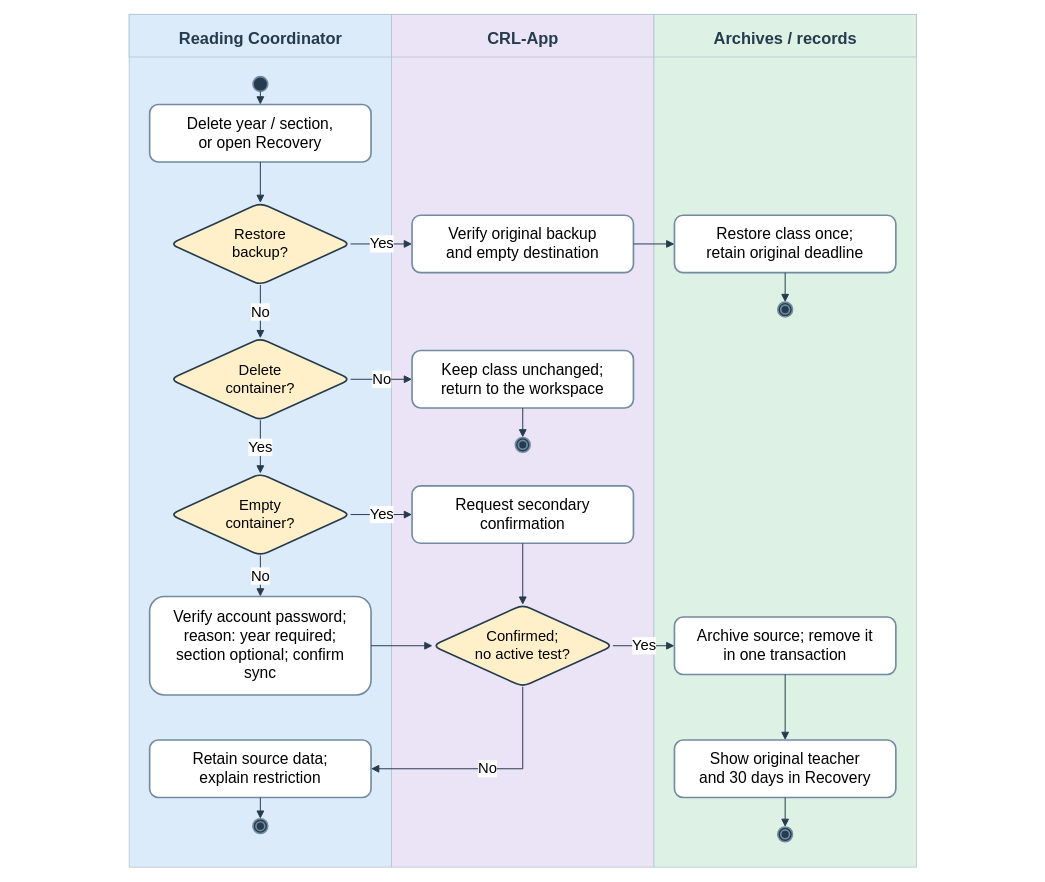
Earlier version of the draw.io diagram docs/diagrams/class-workspaces/figure-23-section-archive.drawio (AkuSayangKamuJudaSayang/crl-app). Source tidied: cells renumbered, new cells numbered last; positions are measured from the earlier drawing's top-left corner, leaving out a move shared by most shapes. Both pictures are drawn from the tidied source at 82%, with x=0, y=0 at pixel (14, 14).
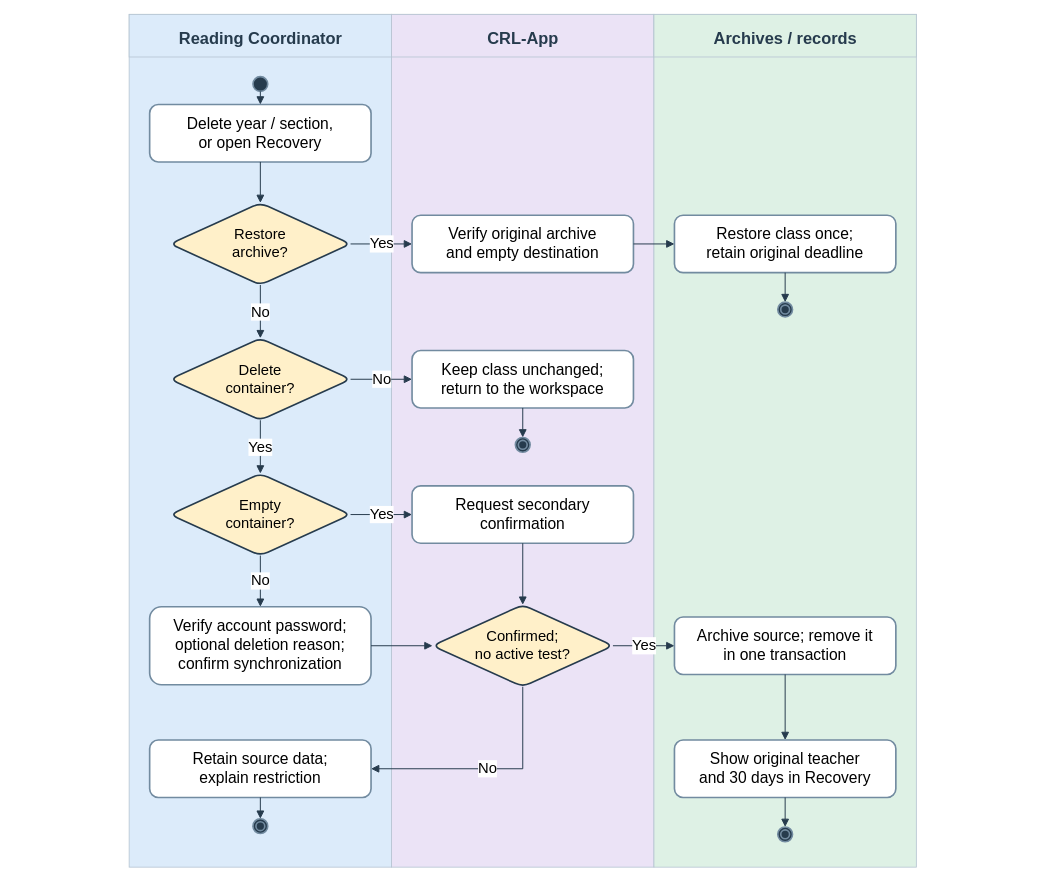
Above is the later version.

Change to the diagram source:
```diff
@@
-    <mxCell id="13" value="Restore&lt;br&gt;backup?" style="rounded=1;whiteSpace=wrap;html=1;fontFamily=Arial;fillColor=#ffffff;strokeColor=#728ba0;strokeWidth=2;fontSize=19;shape=rhombus;strokeColor=#263b4d;fillColor=#fff0c9;fontSize=18;" parent="1" vertex="1">
+    <mxCell id="13" value="Restore&lt;br&gt;archive?" style="rounded=1;whiteSpace=wrap;html=1;fontFamily=Arial;fillColor=#ffffff;strokeColor=#728ba0;strokeWidth=2;fontSize=19;shape=rhombus;strokeColor=#263b4d;fillColor=#fff0c9;fontSize=18;" parent="1" vertex="1">
       <mxGeometry x="190" y="230" width="220" height="100" as="geometry" />
     </mxCell>
-    <mxCell id="14" value="Verify original backup&lt;br&gt;and empty destination" style="rounded=1;whiteSpace=wrap;html=1;fontFamily=Arial;fillColor=#ffffff;strokeColor=#728ba0;strokeWidth=2;fontSize=19;" parent="1" vertex="1">
+    <mxCell id="14" value="Verify original archive&lt;br&gt;and empty destination" style="rounded=1;whiteSpace=wrap;html=1;fontFamily=Arial;fillColor=#ffffff;strokeColor=#728ba0;strokeWidth=2;fontSize=19;" parent="1" vertex="1">
       <mxGeometry x="485" y="245" width="270" height="70" as="geometry" />
     </mxCell>
@@
-    <mxCell id="22" value="Verify account password;&lt;br&gt;reason: year required;&lt;br&gt;section optional; confirm&lt;br&gt;sync" style="rounded=1;whiteSpace=wrap;html=1;fontFamily=Arial;fillColor=#ffffff;strokeColor=#728ba0;strokeWidth=2;fontSize=19;" parent="1" vertex="1">
-      <mxGeometry x="165" y="710" width="270" height="120" as="geometry" />
+    <mxCell id="22" value="Verify account password;&lt;br&gt;optional deletion reason;&lt;br&gt;confirm synchronization" style="rounded=1;whiteSpace=wrap;html=1;fontFamily=Arial;fillColor=#ffffff;strokeColor=#728ba0;strokeWidth=2;fontSize=19;" parent="1" vertex="1">
+      <mxGeometry x="165" y="722.5" width="270" height="95" as="geometry" />
     </mxCell>
```
